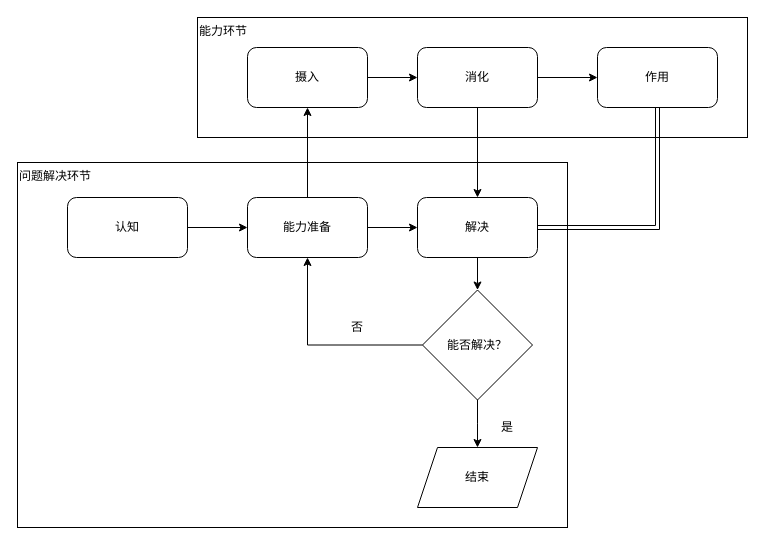
The draw.io diagram problem sloving.drawio in brendonlin/myflowchart, before the edit. Source tidied: cells renumbered, new cells numbered last; positions are measured from the earlier drawing's top-left corner, leaving out a move shared by most shapes. Both pictures are drawn from the tidied source at 100%, with x=0, y=0 at pixel (17, 17).
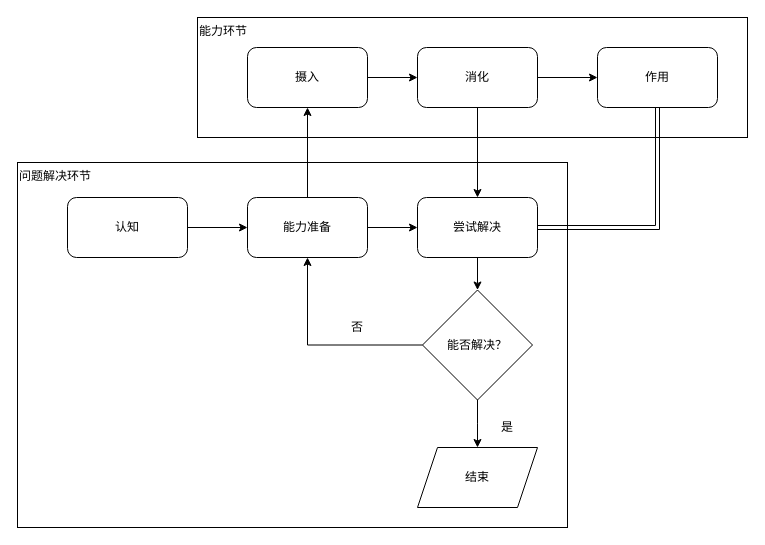
After the change.

Change to the diagram source:
```diff
@@
-    <mxCell id="10" value="解决" style="rounded=1;whiteSpace=wrap;html=1;" parent="1" vertex="1">
+    <mxCell id="10" value="尝试解决" style="rounded=1;whiteSpace=wrap;html=1;" parent="1" vertex="1">
       <mxGeometry x="400" y="180" width="120" height="60" as="geometry" />
     </mxCell>
```
